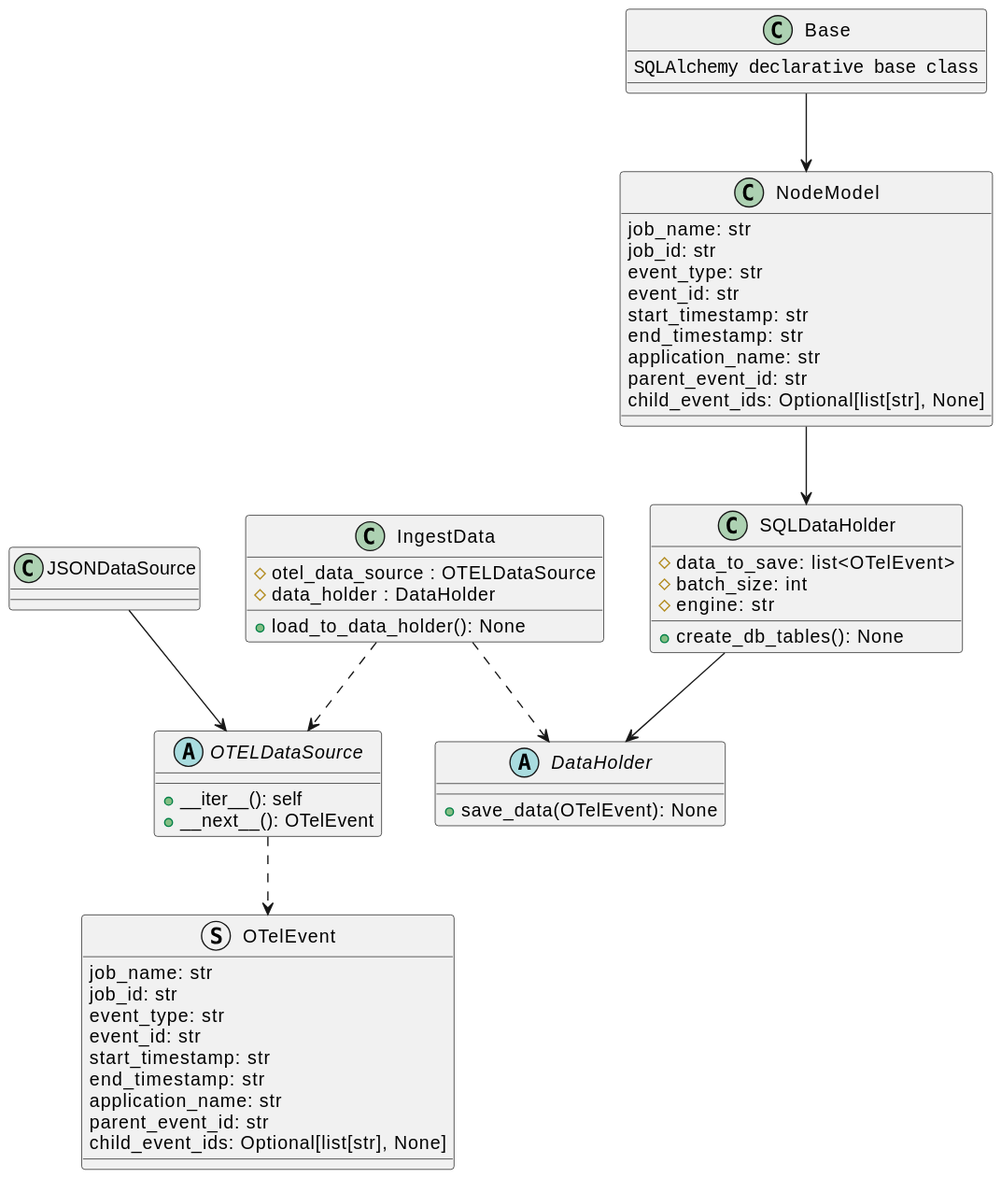
The PlantUML diagram docs/development/design/3-DN-Retrieving_unique_graphs_from_Otel_data/class_diagrams.svg in xtuml/otel2puml, before a commit. Source of this version:
```plantuml
@startuml
struct OTelEvent {
    job_name: str
    job_id: str
    event_type: str
    event_id: str
    start_timestamp: str
    end_timestamp: str
    application_name: str
    parent_event_id: str
    child_event_ids: Optional[list[str], None]
}

abstract class OTELDataSource {
    +__iter__(): self
    +__next__(): OTelEvent
}

class JSONDataSource

class SQLDataHolder {
    #data_to_save: list<OTelEvent>
    #batch_size: int
    #engine: str
    +create_db_tables(): None
}

class NodeModel {
    job_name: str
    job_id: str
    event_type: str
    event_id: str
    start_timestamp: str
    end_timestamp: str
    application_name: str
    parent_event_id: str
    child_event_ids: Optional[list[str], None]
}

class Base {
    ""SQLAlchemy declarative base class""
}

abstract class DataHolder {
    +save_data(OTelEvent): None
}

class IngestData {
    #otel_data_source : OTELDataSource
    #data_holder : DataHolder
    +load_to_data_holder(): None
}

IngestData ..> OTELDataSource
IngestData ..> DataHolder
OTELDataSource ..> OTelEvent
JSONDataSource --> OTELDataSource
SQLDataHolder --> DataHolder
NodeModel --> SQLDataHolder
Base --> NodeModel
@enduml
```
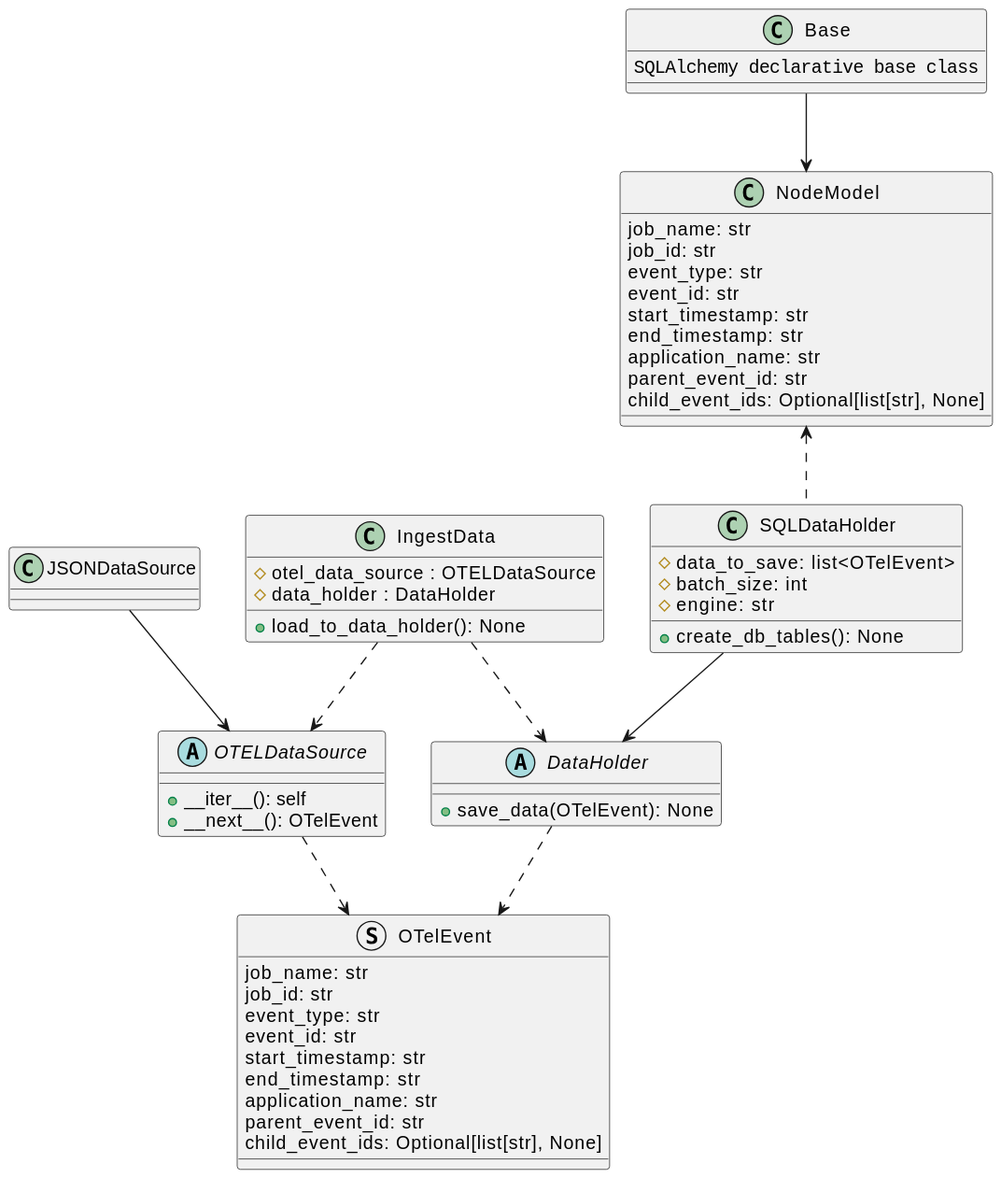
The same diagram one commit later.

Commit message:
Update class diagrams in design note 3 This PR updates the class diagrams in design note 3 to accurately reflect the relationships between the classes.

What changed in the source:
```diff
@@ -56,6 +56,7 @@
 OTELDataSource ..> OTelEvent
 JSONDataSource --> OTELDataSource
 SQLDataHolder --> DataHolder
-NodeModel --> SQLDataHolder
+NodeModel <.. SQLDataHolder
 Base --> NodeModel
+DataHolder ..> OTelEvent
 @enduml
```
